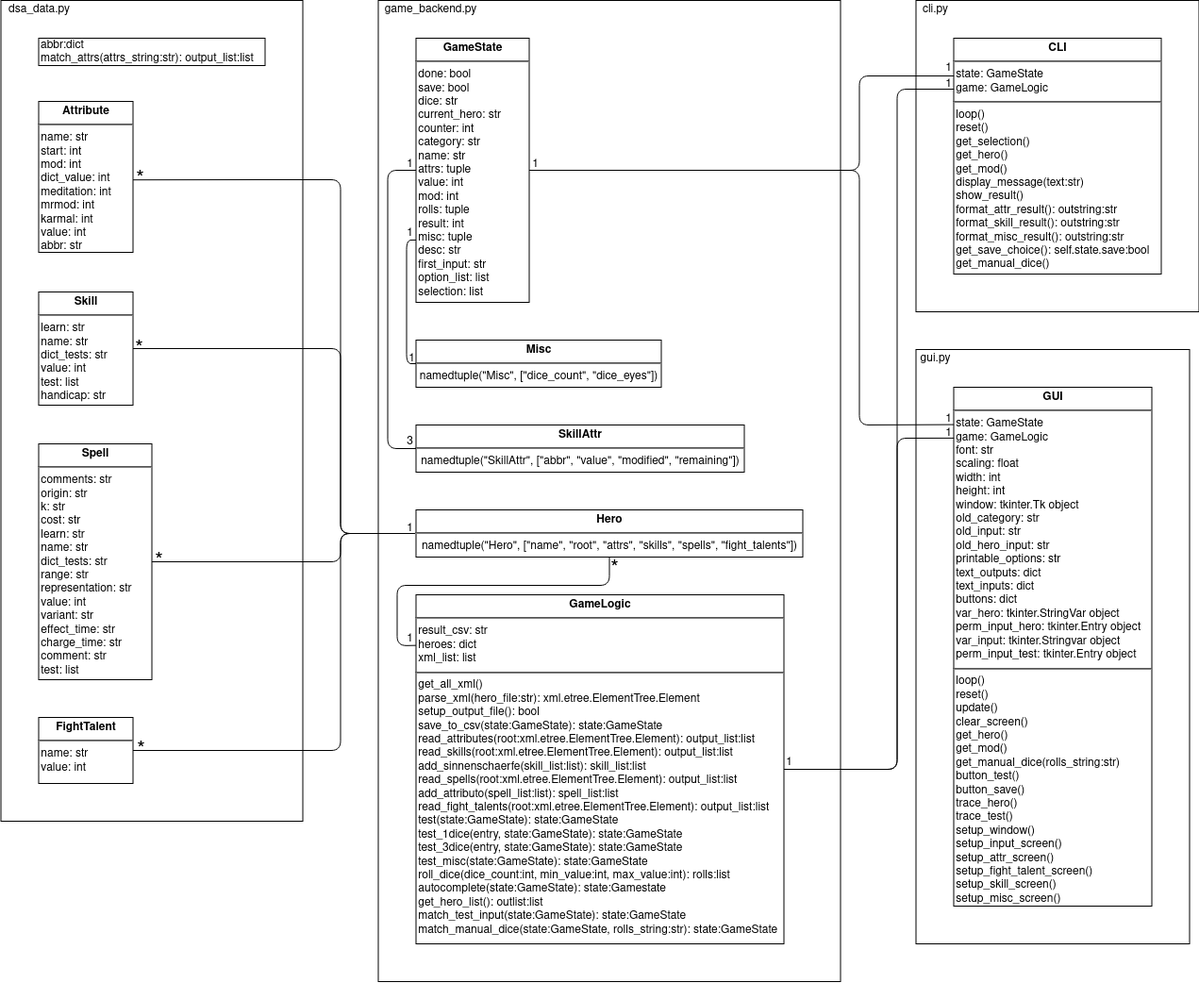
AndreasBamesberger/DSATester keeps this draw.io diagram as images/structure.png. Above is the earlier version. Source tidied: cells renumbered, new cells last; positions are measured from the earlier drawing's top-left corner, leaving out a move shared by most shapes.
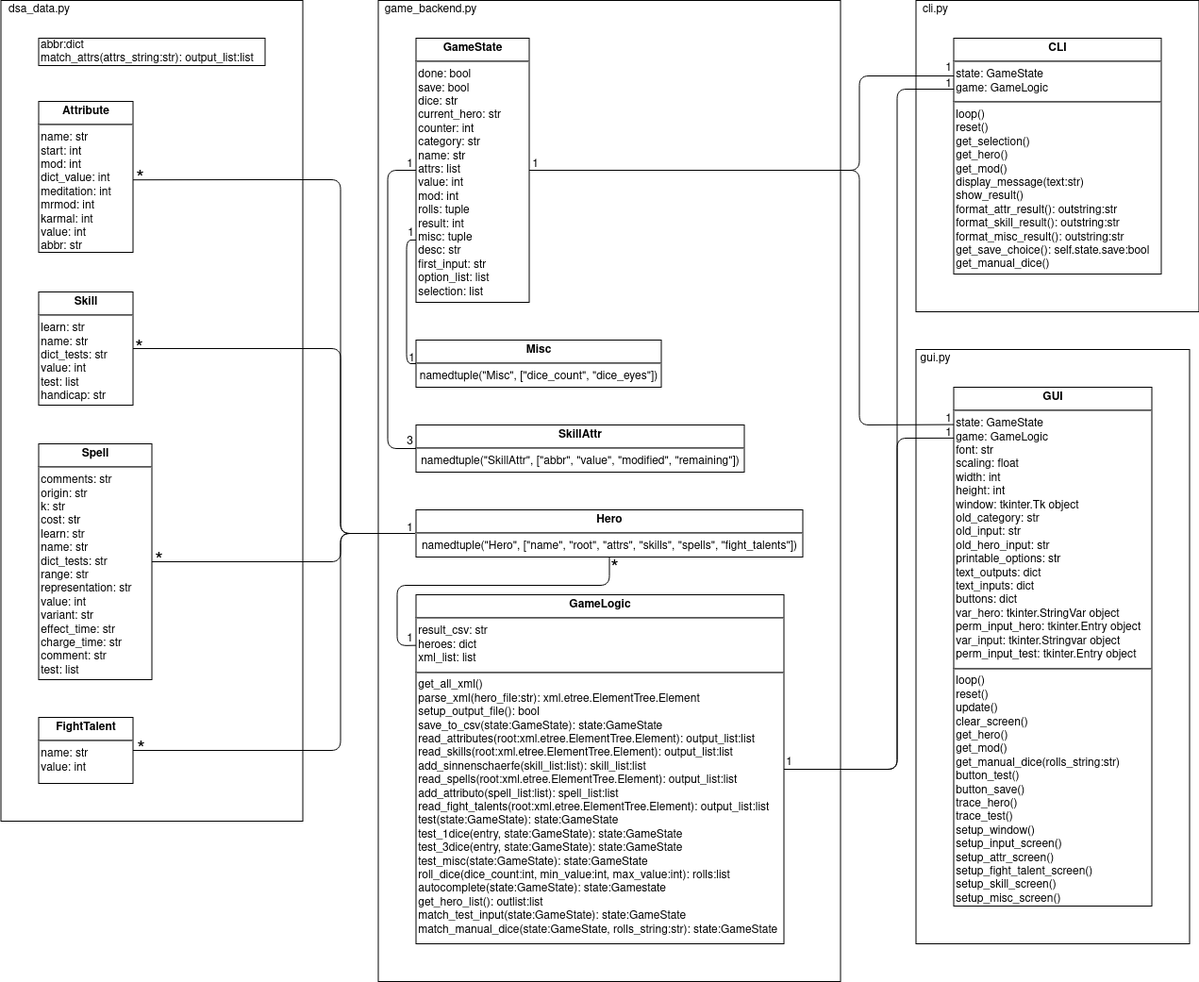
Above is the later version.

Commit message:
changed Gamestate.attrs from tuple to list

Diff of the diagram source:
```diff
@@ -11,7 +11,7 @@
     <mxCell id="4" value="&lt;p style=&quot;margin: 0px ; margin-top: 4px ; text-align: center&quot;&gt;&lt;b&gt;GameLogic&lt;/b&gt;&lt;/p&gt;&lt;hr&gt;&lt;div align=&quot;left&quot;&gt;&amp;nbsp;result_csv: str&lt;/div&gt;&lt;div align=&quot;left&quot;&gt;&amp;nbsp;heroes: dict&lt;/div&gt;&lt;div align=&quot;left&quot;&gt;&amp;nbsp;xml_list: list&lt;br&gt;&lt;/div&gt;&lt;hr&gt;&lt;div align=&quot;left&quot;&gt;&amp;nbsp;get_all_xml()&lt;br&gt;&lt;/div&gt;&lt;div align=&quot;left&quot;&gt;&amp;nbsp;parse_xml(hero_file:str): xml.etree.ElementTree.Element&lt;/div&gt;&lt;div align=&quot;left&quot;&gt;&amp;nbsp;setup_output_file(): bool&lt;br&gt;&lt;/div&gt;&lt;div align=&quot;left&quot;&gt;&amp;nbsp;save_to_csv(state:GameState): state:GameState&lt;br&gt;&lt;/div&gt;&lt;div align=&quot;left&quot;&gt;&amp;nbsp;read_attributes(root:xml.etree.ElementTree.Element): output_list:list&lt;/div&gt;&lt;div align=&quot;left&quot;&gt;&amp;nbsp;read_skills(root:xml.etree.ElementTree.Element): output_list:list&lt;/div&gt;&lt;div align=&quot;left&quot;&gt;&amp;nbsp;add_sinnenschaerfe(skill_list:list): skill_list:list&lt;br&gt;&lt;/div&gt;&lt;div align=&quot;left&quot;&gt;&amp;nbsp;read_spells(root:xml.etree.ElementTree.Element): output_list:list&lt;/div&gt;&lt;div align=&quot;left&quot;&gt;&amp;nbsp;add_attributo(spell_list:list): spell_list:list&lt;br&gt;&lt;/div&gt;&lt;div align=&quot;left&quot;&gt;&amp;nbsp;read_fight_talents(root:xml.etree.ElementTree.Element): output_list:list&lt;br&gt;&lt;/div&gt;&lt;div align=&quot;left&quot;&gt;&amp;nbsp;test(state:GameState): state:GameState&lt;br&gt;&lt;/div&gt;&lt;div align=&quot;left&quot;&gt;&amp;nbsp;test_1dice(entry, state:GameState): state:GameState&lt;/div&gt;&lt;div align=&quot;left&quot;&gt;&amp;nbsp;test_3dice(entry, state:GameState): state:GameState&lt;br&gt;&lt;/div&gt;&lt;div align=&quot;left&quot;&gt;&amp;nbsp;test_misc(state:GameState): state:GameState&lt;br&gt;&lt;/div&gt;&lt;div align=&quot;left&quot;&gt;&amp;nbsp;roll_dice(dice_count:int, min_value:int, max_value:int): rolls:list&lt;br&gt;&lt;/div&gt;&lt;div align=&quot;left&quot;&gt;&amp;nbsp;autocomplete(state:GameState): state:Gamestate&lt;/div&gt;&lt;div align=&quot;left&quot;&gt;&amp;nbsp;get_hero_list(): outlist:list&lt;/div&gt;&lt;div align=&quot;left&quot;&gt;&amp;nbsp;match_test_input(state:GameState): state:GameState&lt;/div&gt;&lt;div align=&quot;left&quot;&gt;&amp;nbsp;match_manual_dice(state:GameState, rolls_string:str): state:GameState&lt;br&gt;&lt;/div&gt;" style="shape=rect;html=1;overflow=fill;whiteSpace=wrap;" parent="1" vertex="1">
       <mxGeometry x="440" y="630" width="390" height="370" as="geometry" />
     </mxCell>
-    <mxCell id="5" value="&lt;p style=&quot;margin: 0px ; margin-top: 4px ; text-align: center&quot;&gt;&lt;b&gt;GameState&lt;/b&gt;&lt;/p&gt;&lt;hr&gt;&lt;div align=&quot;left&quot;&gt;&amp;nbsp;done: bool&lt;/div&gt;&lt;div align=&quot;left&quot;&gt;&amp;nbsp;save: bool&lt;/div&gt;&lt;div align=&quot;left&quot;&gt;&amp;nbsp;dice: str&lt;/div&gt;&lt;div align=&quot;left&quot;&gt;&amp;nbsp;current_hero: str&lt;br&gt;&lt;/div&gt;&lt;div align=&quot;left&quot;&gt;&amp;nbsp;counter: int&lt;/div&gt;&lt;div align=&quot;left&quot;&gt;&amp;nbsp;category: str&lt;/div&gt;&lt;div align=&quot;left&quot;&gt;&amp;nbsp;name: str&lt;/div&gt;&lt;div align=&quot;left&quot;&gt;&amp;nbsp;attrs: tuple&lt;/div&gt;&lt;div align=&quot;left&quot;&gt;&amp;nbsp;value: int&lt;/div&gt;&lt;div align=&quot;left&quot;&gt;&amp;nbsp;mod: int&lt;/div&gt;&lt;div align=&quot;left&quot;&gt;&amp;nbsp;rolls: tuple&lt;/div&gt;&lt;div align=&quot;left&quot;&gt;&amp;nbsp;result: int&lt;/div&gt;&lt;div align=&quot;left&quot;&gt;&amp;nbsp;misc: tuple&lt;/div&gt;&lt;div align=&quot;left&quot;&gt;&amp;nbsp;desc: str&lt;/div&gt;&lt;div align=&quot;left&quot;&gt;&amp;nbsp;first_input: str&lt;/div&gt;&lt;div align=&quot;left&quot;&gt;&amp;nbsp;option_list: list&lt;br&gt;&lt;/div&gt;&lt;div align=&quot;left&quot;&gt;&amp;nbsp;selection: list&lt;br&gt;&lt;/div&gt;" style="shape=rect;html=1;overflow=fill;whiteSpace=wrap;" parent="1" vertex="1">
+    <mxCell id="5" value="&lt;p style=&quot;margin: 0px ; margin-top: 4px ; text-align: center&quot;&gt;&lt;b&gt;GameState&lt;/b&gt;&lt;/p&gt;&lt;hr&gt;&lt;div align=&quot;left&quot;&gt;&amp;nbsp;done: bool&lt;/div&gt;&lt;div align=&quot;left&quot;&gt;&amp;nbsp;save: bool&lt;/div&gt;&lt;div align=&quot;left&quot;&gt;&amp;nbsp;dice: str&lt;/div&gt;&lt;div align=&quot;left&quot;&gt;&amp;nbsp;current_hero: str&lt;br&gt;&lt;/div&gt;&lt;div align=&quot;left&quot;&gt;&amp;nbsp;counter: int&lt;/div&gt;&lt;div align=&quot;left&quot;&gt;&amp;nbsp;category: str&lt;/div&gt;&lt;div align=&quot;left&quot;&gt;&amp;nbsp;name: str&lt;/div&gt;&lt;div align=&quot;left&quot;&gt;&amp;nbsp;attrs: list&lt;/div&gt;&lt;div align=&quot;left&quot;&gt;&amp;nbsp;value: int&lt;/div&gt;&lt;div align=&quot;left&quot;&gt;&amp;nbsp;mod: int&lt;/div&gt;&lt;div align=&quot;left&quot;&gt;&amp;nbsp;rolls: tuple&lt;/div&gt;&lt;div align=&quot;left&quot;&gt;&amp;nbsp;result: int&lt;/div&gt;&lt;div align=&quot;left&quot;&gt;&amp;nbsp;misc: tuple&lt;/div&gt;&lt;div align=&quot;left&quot;&gt;&amp;nbsp;desc: str&lt;/div&gt;&lt;div align=&quot;left&quot;&gt;&amp;nbsp;first_input: str&lt;/div&gt;&lt;div align=&quot;left&quot;&gt;&amp;nbsp;option_list: list&lt;br&gt;&lt;/div&gt;&lt;div align=&quot;left&quot;&gt;&amp;nbsp;selection: list&lt;br&gt;&lt;/div&gt;" style="shape=rect;html=1;overflow=fill;whiteSpace=wrap;" parent="1" vertex="1">
       <mxGeometry x="440" y="40" width="120" height="280" as="geometry" />
     </mxCell>
     <mxCell id="6" value="&lt;p style=&quot;margin: 0px ; margin-top: 4px ; text-align: center&quot;&gt;&lt;b&gt;SkillAttr&lt;/b&gt;&lt;/p&gt;&lt;hr&gt;&lt;div&gt;namedtuple(&quot;SkillAttr&quot;, [&quot;abbr&quot;, &quot;value&quot;, &quot;modified&quot;, &quot;remaining&quot;])&lt;br&gt;&lt;/div&gt;" style="shape=rect;html=1;overflow=fill;whiteSpace=wrap;" parent="1" vertex="1">
```
